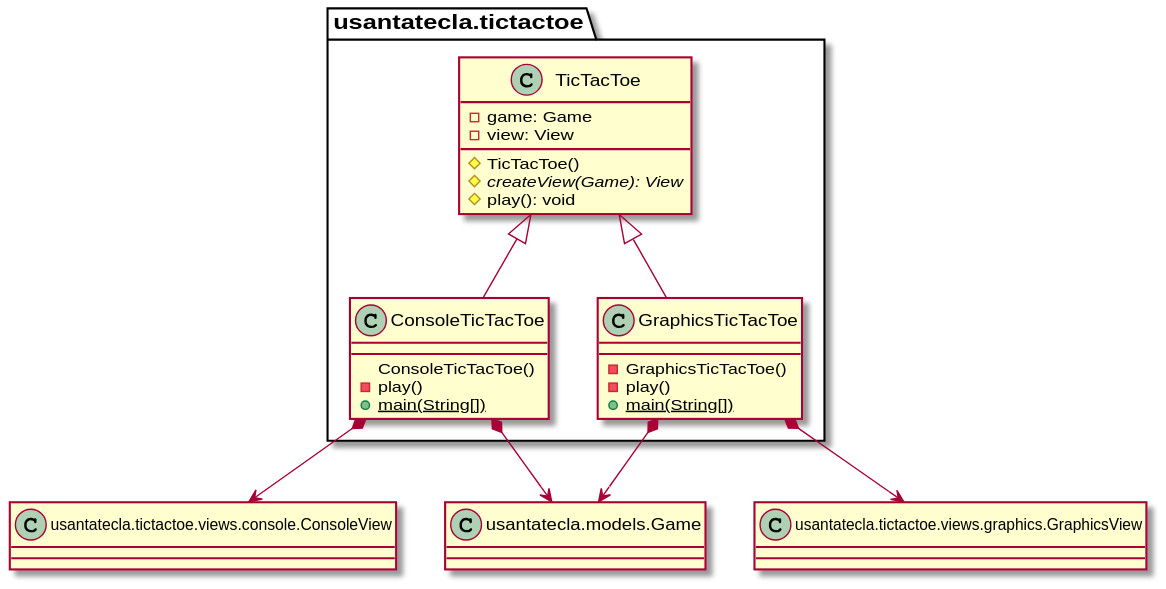
Above: documentView/withFactoryMethod/docs/diagrams/out/paquetes/tictactoe.svg in Jolucaa/USantaTecla-project-ticTacToe (PlantUML), before the change.
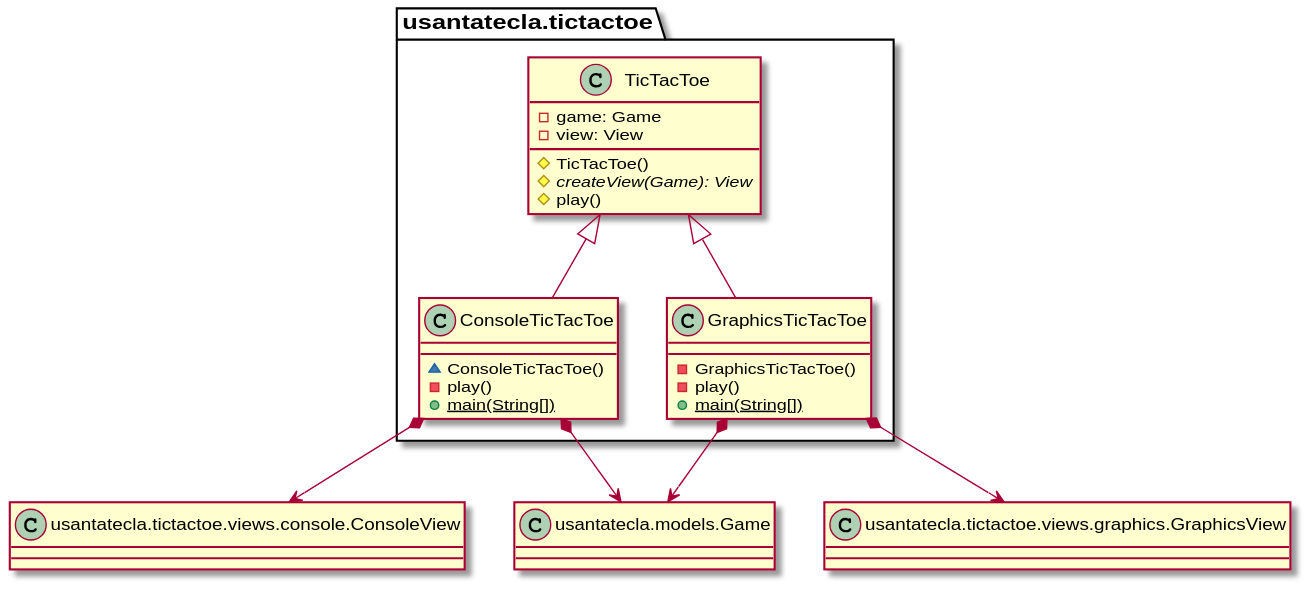
Above is the later version.

What changed in the source:
```diff
@@ -1,7 +1,7 @@
 @startuml
 class usantatecla.tictactoe.ConsoleTicTacToe {
 
-	ConsoleTicTacToe()
+	~ ConsoleTicTacToe()
 	- play()
 	+ {static} main(String[])
 
@@ -20,7 +20,7 @@
 - view: View
 # TicTacToe()
 # {abstract} createView(Game): View
-# play(): void
+# play()
 }
 
 usantatecla.tictactoe.TicTacToe <|-down- usantatecla.tictactoe.ConsoleTicTacToe
```
